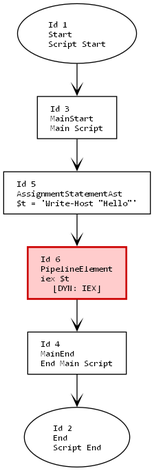
Before: in/in.png, a diagram exported from Graphviz (mine41/deob). Its source is kept beside it as in/in.dot.
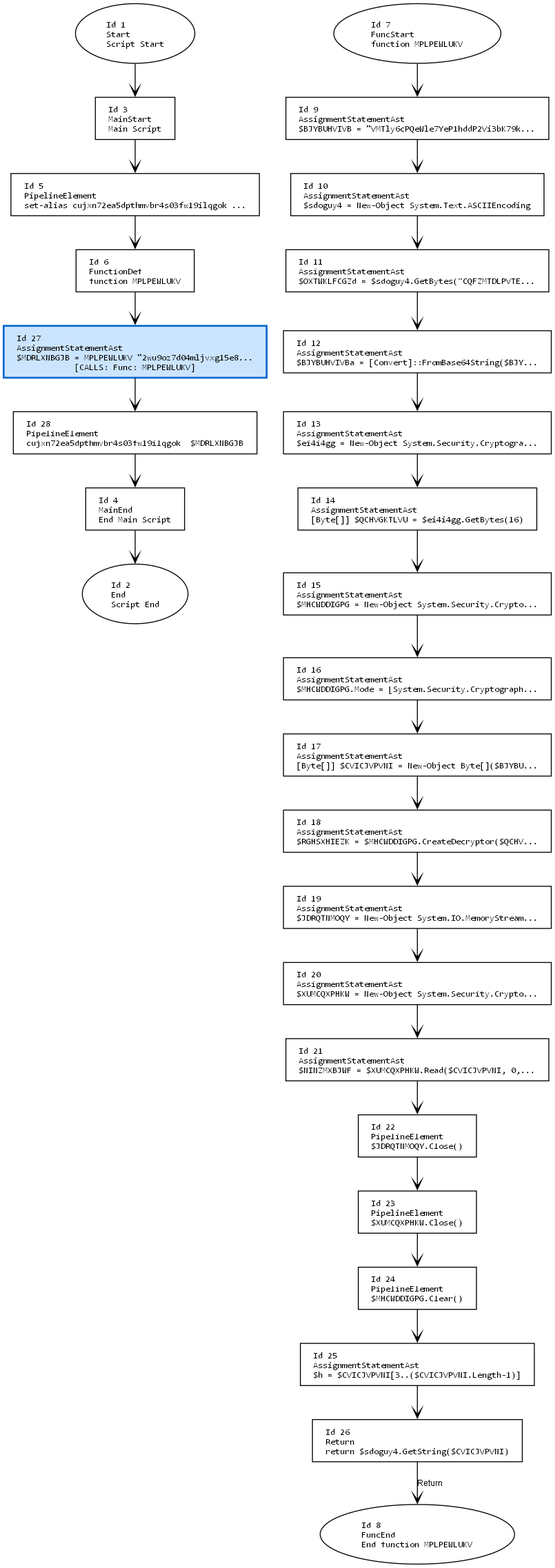
The same file after the commit.

What changed in the source:
```diff
@@ -14,12 +14,55 @@
     2 [label="Id 2\lEnd\lScript End", shape=oval];
     3 [label="Id 3\lMainStart\lMain Script", shape=box];
     4 [label="Id 4\lMainEnd\lEnd Main Script", shape=box];
-    5 [label="Id 5\lAssignmentStatementAst\l$t = 'Write-Host \"Hello\"'", shape=box];
-    6 [label="Id 6\lPipelineElement\liex $t\l[DYN: IEX]", shape=box, style=filled, fillcolor="#ffcccc", color="#cc0000", penwidth=2];
+    5 [label="Id 5\lPipelineElement\lset-alias cujxn72ea5dpthmvbr4s03fw19ilqgok ...", shape=box];
+    6 [label="Id 6\lFunctionDef\lfunction MPLPEWLUKV", shape=box];
+    7 [label="Id 7\lFuncStart\lfunction MPLPEWLUKV", shape=oval];
+    8 [label="Id 8\lFuncEnd\lEnd function MPLPEWLUKV", shape=oval];
+    9 [label="Id 9\lAssignmentStatementAst\l$BJYBUHVIVB = \"VMTly6cPQeWle7YeP1hddP2Vi3bK79k...", shape=box];
+    10 [label="Id 10\lAssignmentStatementAst\l$sdoguy4 = New-Object System.Text.ASCIIEncoding", shape=box];
+    11 [label="Id 11\lAssignmentStatementAst\l$OXTWKLFCGZd = $sdoguy4.GetBytes(\"CQFZMTDLPVTE...", shape=box];
+    12 [label="Id 12\lAssignmentStatementAst\l$BJYBUHVIVBa = [Convert]::FromBase64String($BJY...", shape=box];
+    13 [label="Id 13\lAssignmentStatementAst\l$ei4i4gg = New-Object System.Security.Cryptogra...", shape=box];
+    14 [label="Id 14\lAssignmentStatementAst\l[Byte[]] $QCHVGKTLVU = $ei4i4gg.GetBytes(16)", shape=box];
+    15 [label="Id 15\lAssignmentStatementAst\l$MHCWDDIGPG = New-Object System.Security.Crypto...", shape=box];
+    16 [label="Id 16\lAssignmentStatementAst\l$MHCWDDIGPG.Mode = [System.Security.Cryptograph...", shape=box];
+    17 [label="Id 17\lAssignmentStatementAst\l[Byte[]] $CVICJVPVNI = New-Object Byte[]($BJYBU...", shape=box];
+    18 [label="Id 18\lAssignmentStatementAst\l$RGHSXHIEZK = $MHCWDDIGPG.CreateDecryptor($QCHV...", shape=box];
+    19 [label="Id 19\lAssignmentStatementAst\l$JDRQTNMOQY = New-Object System.IO.MemoryStream...", shape=box];
+    20 [label="Id 20\lAssignmentStatementAst\l$XUMCQXPHKW = New-Object System.Security.Crypto...", shape=box];
+    21 [label="Id 21\lAssignmentStatementAst\l$NINZMXBJWF = $XUMCQXPHKW.Read($CVICJVPVNI, 0,...", shape=box];
+    22 [label="Id 22\lPipelineElement\l$JDRQTNMOQY.Close()", shape=box];
+    23 [label="Id 23\lPipelineElement\l$XUMCQXPHKW.Close()", shape=box];
+    24 [label="Id 24\lPipelineElement\l$MHCWDDIGPG.Clear()", shape=box];
+    25 [label="Id 25\lAssignmentStatementAst\l$h = $CVICJVPVNI[3..($CVICJVPVNI.Length-1)]", shape=box];
+    26 [label="Id 26\lReturn\lreturn $sdoguy4.GetString($CVICJVPVNI)", shape=box];
+    27 [label="Id 27\lAssignmentStatementAst\l$MDRLXNBGJB = MPLPEWLUKV \"2wu9oz7d04mljvxg15e8...\l[CALLS: Func: MPLPEWLUKV]", shape=box, style=filled, fillcolor="#cce5ff", color="#0066cc", penwidth=2];
+    28 [label="Id 28\lPipelineElement\lcujxn72ea5dpthmvbr4s03fw19ilqgok  $MDRLXNBGJB", shape=box];
 
     1 -> 3;
     3 -> 5;
     5 -> 6;
-    6 -> 4;
+    7 -> 9;
+    9 -> 10;
+    10 -> 11;
+    11 -> 12;
+    12 -> 13;
+    13 -> 14;
+    14 -> 15;
+    15 -> 16;
+    16 -> 17;
+    17 -> 18;
+    18 -> 19;
+    19 -> 20;
+    20 -> 21;
+    21 -> 22;
+    22 -> 23;
+    23 -> 24;
+    24 -> 25;
+    25 -> 26;
+    26 -> 8 [label="Return"];
+    6 -> 27;
+    27 -> 28;
+    28 -> 4;
     4 -> 2;
 }
```
